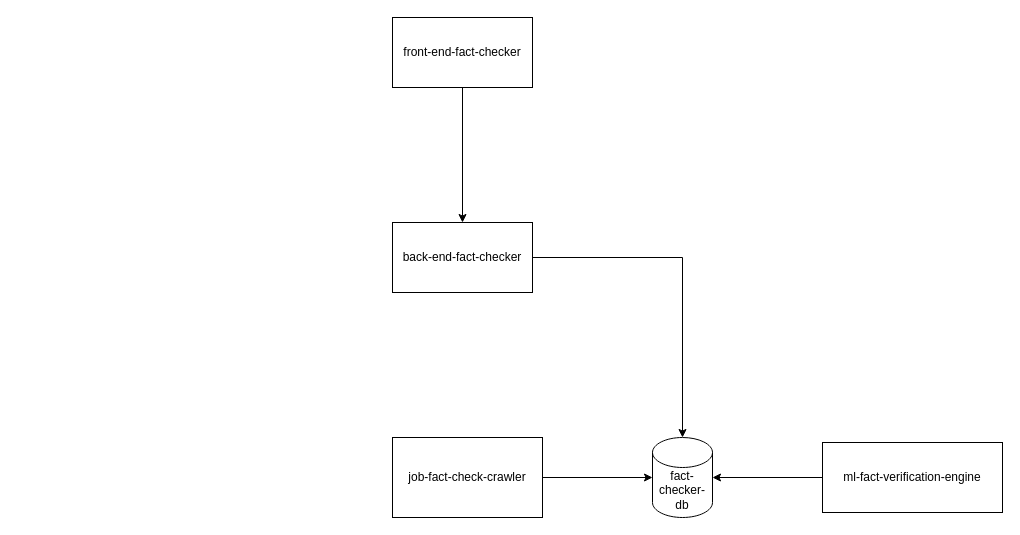
jeftegoes/GenerativeIA keeps this draw.io diagram as page "Architecture" (1 of 2) of Examples/GoogleFastCheck/SolutionDiagram.drawio. Above is the earlier version. Source tidied: cells renumbered, new cells numbered last; positions are measured from the earlier drawing's top-left corner, leaving out a move shared by most shapes. Both pictures are drawn from the tidied source at 100%, with x=0, y=0 at pixel (392, 17).
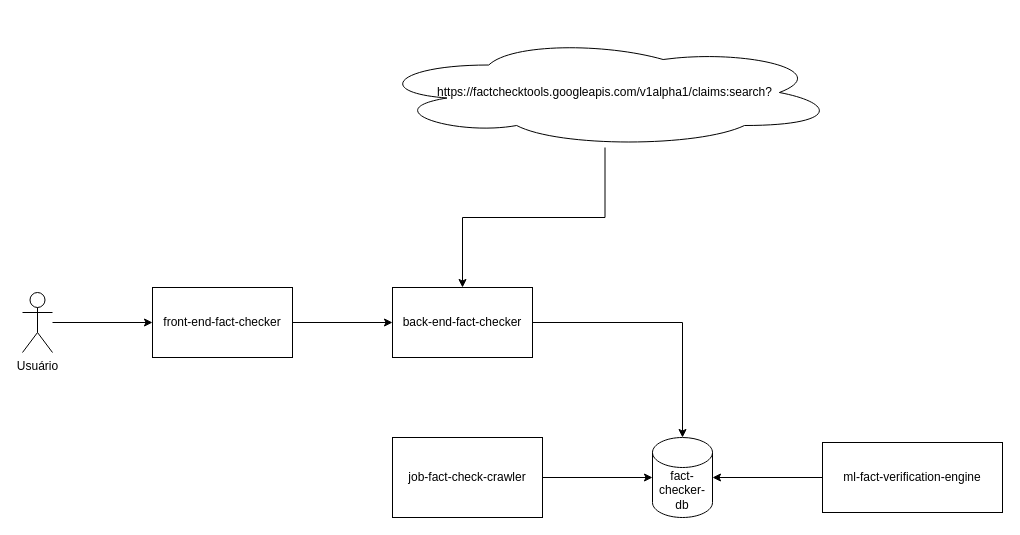
After the change.

The edit, as a diff of the source:
```diff
@@
 <mxGraphModel>
   <root>
     <mxCell id="0" />
     <mxCell id="1" parent="0" />
     <mxCell id="2" style="edgeStyle=orthogonalEdgeStyle;rounded=0;jettySize=auto;html=1;" parent="1" edge="1" source="3" target="5">
       <mxGeometry relative="1" as="geometry" />
     </mxCell>
     <mxCell id="3" value="front-end-fact-checker" style="rounded=0;whiteSpace=wrap;html=1;" parent="1" vertex="1">
-      <mxGeometry width="140" height="70" as="geometry" />
+      <mxGeometry x="-240" y="270" width="140" height="70" as="geometry" />
     </mxCell>
     <mxCell id="4" style="edgeStyle=orthogonalEdgeStyle;rounded=0;jettySize=auto;html=1;" parent="1" edge="1" source="5" target="8">
-      <mxGeometry relative="1" as="geometry">
-        <Array as="points">
-          <mxPoint x="290" y="240" />
-        </Array>
-      </mxGeometry>
+      <mxGeometry relative="1" as="geometry" />
     </mxCell>
     <mxCell id="5" value="back-end-fact-checker" style="rounded=0;whiteSpace=wrap;html=1;" parent="1" vertex="1">
-      <mxGeometry y="205" width="140" height="70" as="geometry" />
+      <mxGeometry y="270" width="140" height="70" as="geometry" />
     </mxCell>
     <mxCell id="6" style="edgeStyle=orthogonalEdgeStyle;rounded=0;jettySize=auto;html=1;" parent="1" edge="1" source="7" target="8">
       <mxGeometry relative="1" as="geometry" />
     </mxCell>
     <mxCell id="7" value="job-fact-check-crawler" style="whiteSpace=wrap;html=1;" parent="1" vertex="1">
       <mxGeometry y="420" width="150" height="80" as="geometry" />
     </mxCell>
     <mxCell id="8" value="fact-checker-db" style="shape=cylinder3;whiteSpace=wrap;html=1;boundedLbl=1;backgroundOutline=1;size=15;" parent="1" vertex="1">
       <mxGeometry x="260" y="420" width="60" height="80" as="geometry" />
     </mxCell>
     <mxCell id="9" value="ml-fact-verification-engine" style="rounded=0;whiteSpace=wrap;html=1;" parent="1" vertex="1">
       <mxGeometry x="430" y="425" width="180" height="70" as="geometry" />
     </mxCell>
     <mxCell id="10" style="edgeStyle=orthogonalEdgeStyle;rounded=0;jettySize=auto;html=1;entryX=1;entryY=0.5;entryDx=0;entryDy=0;entryPerimeter=0;" parent="1" edge="1" source="9" target="8">
       <mxGeometry relative="1" as="geometry">
         <Array as="points">
           <mxPoint x="480" y="460" />
         </Array>
       </mxGeometry>
     </mxCell>
+    <mxCell id="11" style="edgeStyle=orthogonalEdgeStyle;rounded=0;jettySize=auto;html=1;" parent="1" edge="1" source="12" target="3">
+      <mxGeometry relative="1" as="geometry" />
+    </mxCell>
+    <mxCell id="12" value="Usuário" style="shape=umlActor;verticalLabelPosition=bottom;verticalAlign=top;html=1;outlineConnect=0;" parent="1" vertex="1">
+      <mxGeometry x="-370" y="275" width="30" height="60" as="geometry" />
+    </mxCell>
+    <mxCell id="13" style="edgeStyle=orthogonalEdgeStyle;rounded=0;jettySize=auto;html=1;" parent="1" edge="1" source="14" target="5">
+      <mxGeometry relative="1" as="geometry" />
+    </mxCell>
+    <mxCell id="14" value="https://factchecktools.googleapis.com/v1alpha1/claims:search?" style="ellipse;shape=cloud;whiteSpace=wrap;html=1;" parent="1" vertex="1">
+      <mxGeometry x="-20" y="20" width="465" height="110" as="geometry" />
+    </mxCell>
   </root>
 </mxGraphModel>
```
